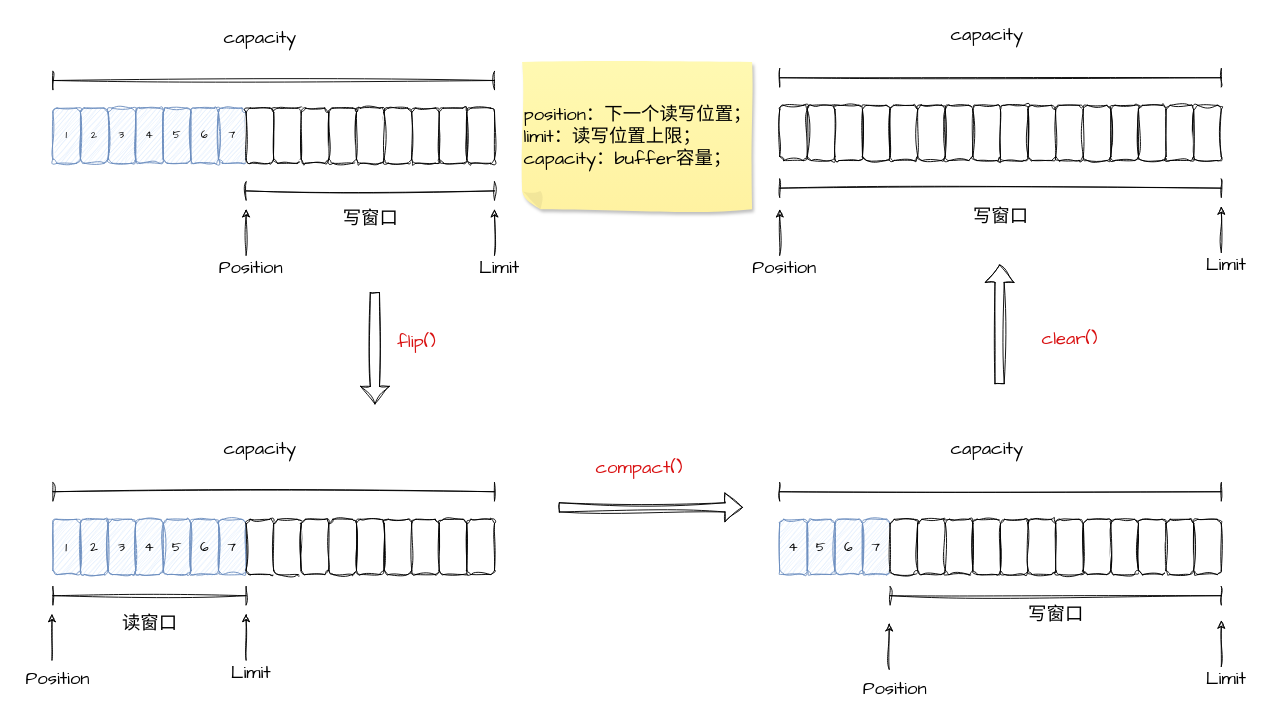
Before: JAVA/250521_JAVA_IO.drawio in Utihbi/pics, a draw.io diagram. Source tidied: cells renumbered, new cells numbered last; positions are measured from the earlier drawing's top-left corner, leaving out a move shared by most shapes. Both pictures are drawn from the tidied source at 92%, with x=0, y=0 at pixel (16, 16).
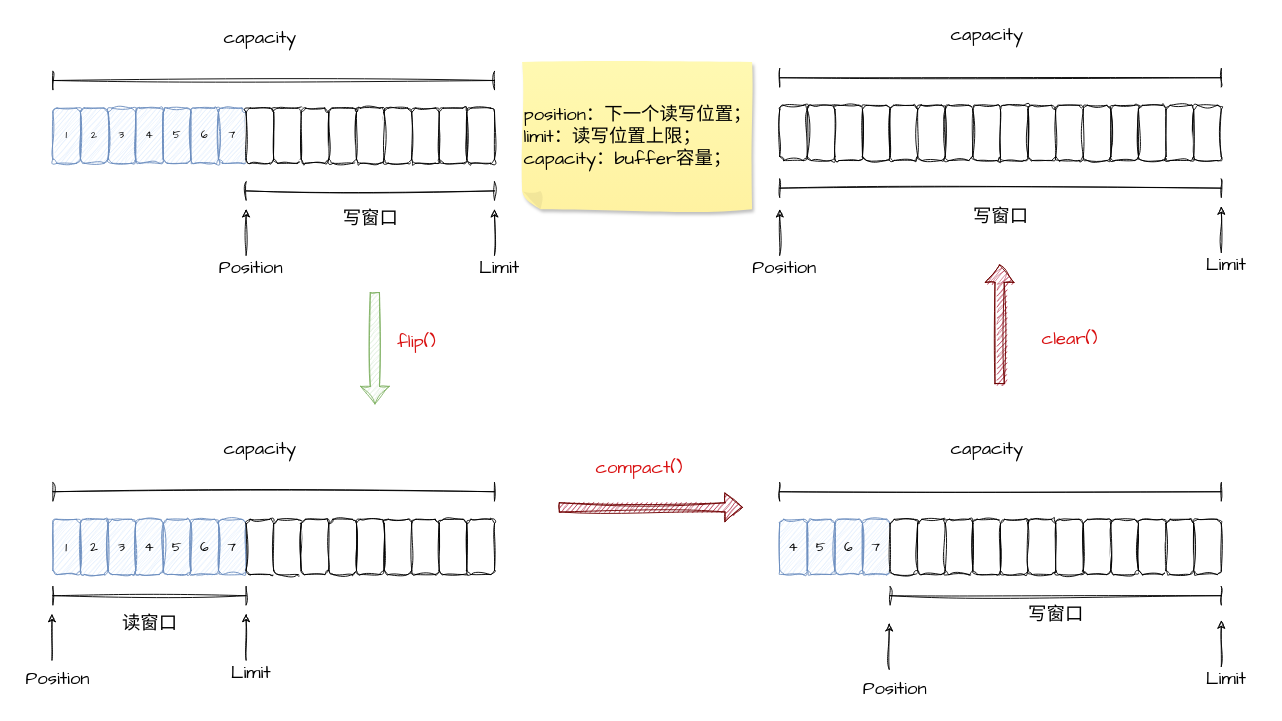
Above is the later version.

Change to the diagram source:
```diff
@@
-    <mxCell id="58" style="shape=flexArrow;endArrow=classic;html=1;rounded=0;sketch=1;hachureGap=4;jiggle=2;curveFitting=1;fontFamily=Architects Daughter;entryX=1;entryY=0.75;entryDx=0;entryDy=0;" parent="1" edge="1">
+    <mxCell id="58" style="shape=flexArrow;endArrow=classic;html=1;rounded=0;sketch=1;hachureGap=4;jiggle=2;curveFitting=1;fontFamily=Architects Daughter;entryX=1;entryY=0.75;entryDx=0;entryDy=0;fillColor=#d5e8d4;strokeColor=#82b366;" parent="1" edge="1">
       <mxGeometry relative="1" as="geometry">
         <mxPoint x="390" y="300" as="sourcePoint" />
         <mxPoint x="390" y="422" as="targetPoint" />
       </mxGeometry>
     </mxCell>
@@
-    <mxCell id="60" style="shape=flexArrow;endArrow=classic;html=1;rounded=0;sketch=1;hachureGap=4;jiggle=2;curveFitting=1;fontFamily=Architects Daughter;" parent="1" edge="1">
+    <mxCell id="60" style="shape=flexArrow;endArrow=classic;html=1;rounded=0;sketch=1;hachureGap=4;jiggle=2;curveFitting=1;fontFamily=Architects Daughter;fillColor=#a20025;strokeColor=#6F0000;" parent="1" edge="1">
       <mxGeometry relative="1" as="geometry">
         <mxPoint x="590" y="534" as="sourcePoint" />
         <mxPoint x="790" y="534" as="targetPoint" />
       </mxGeometry>
     </mxCell>
@@
-    <mxCell id="115" style="shape=flexArrow;endArrow=classic;html=1;rounded=0;sketch=1;hachureGap=4;jiggle=2;curveFitting=1;fontFamily=Architects Daughter;" parent="1" edge="1">
+    <mxCell id="115" style="shape=flexArrow;endArrow=classic;html=1;rounded=0;sketch=1;hachureGap=4;jiggle=2;curveFitting=1;fontFamily=Architects Daughter;fillColor=#a20025;strokeColor=#6F0000;" parent="1" edge="1">
       <mxGeometry relative="1" as="geometry">
         <mxPoint x="1069" y="400" as="sourcePoint" />
         <mxPoint x="1069" y="270" as="targetPoint" />
       </mxGeometry>
     </mxCell>
```
